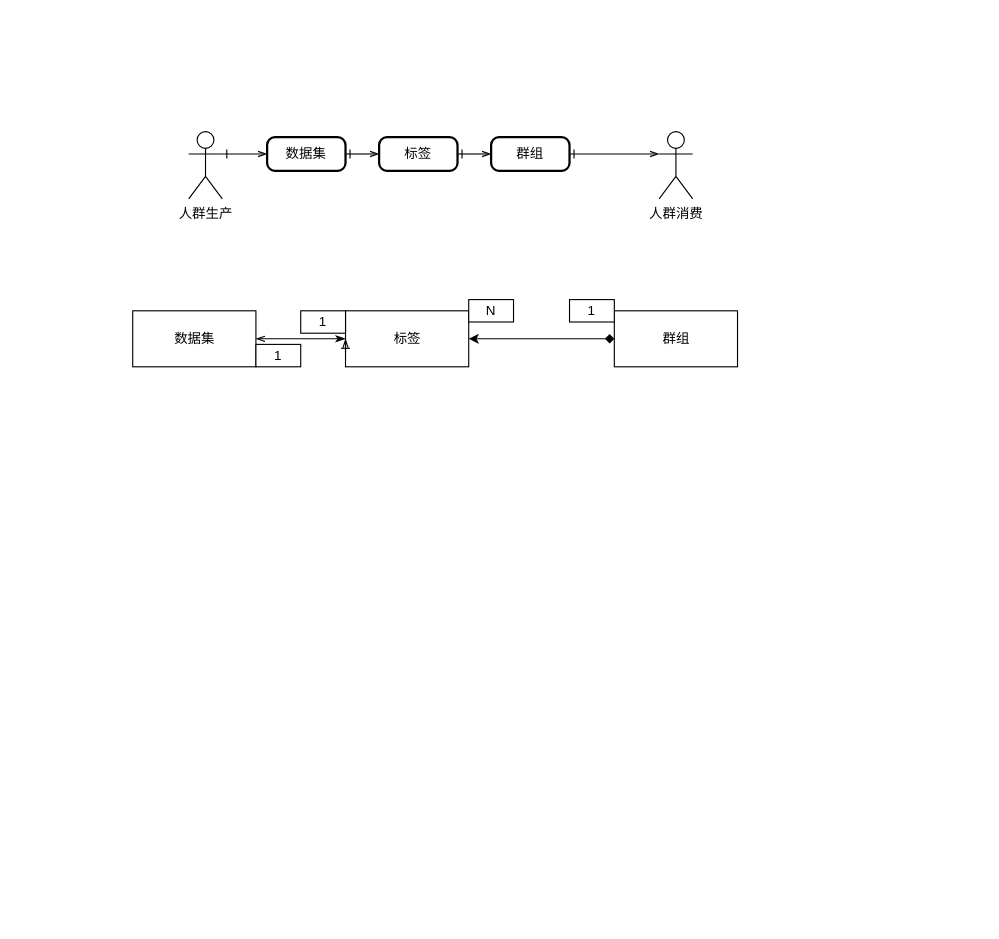
nomouse/learn keeps this draw.io diagram as UserGroup.drawio. Above is the earlier version. Source tidied: cells renumbered, new cells numbered last; positions are measured from the earlier drawing's top-left corner, leaving out a move shared by most shapes. Both pictures are drawn from the tidied source at 112%, with x=0, y=0 at pixel (132, 131).
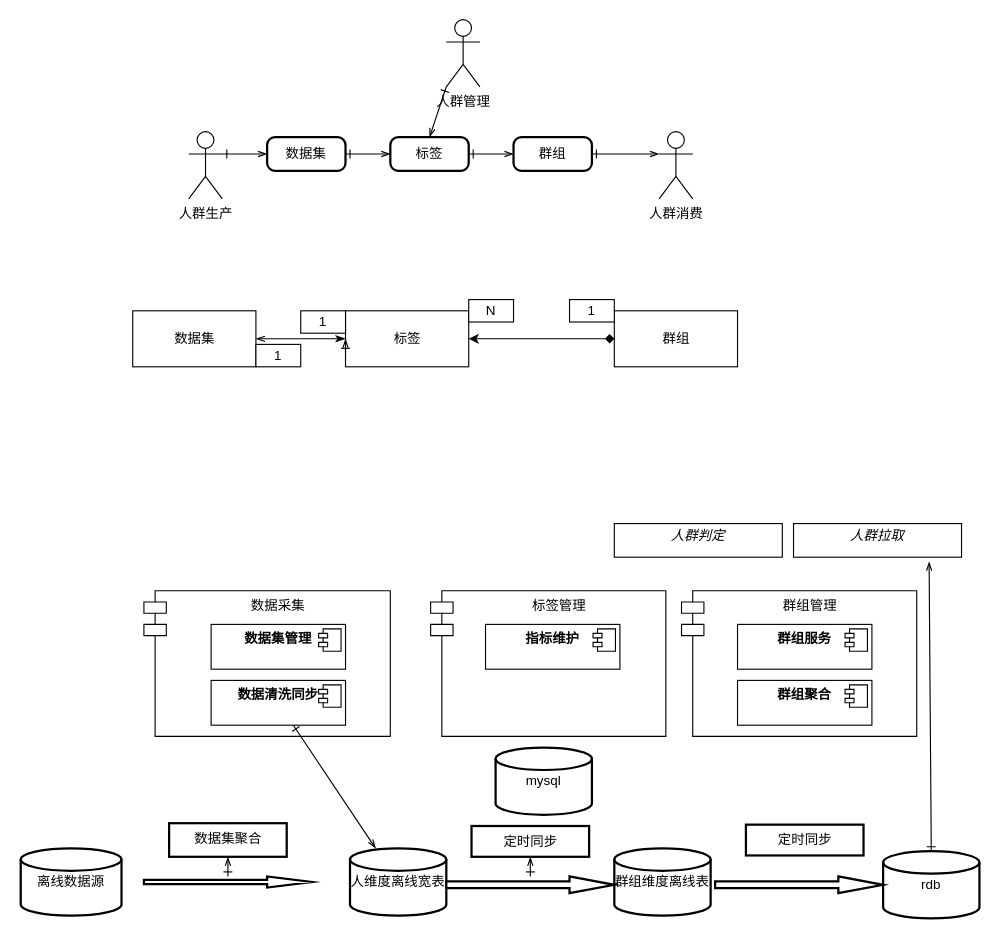
Above is the later version.

The edit, as a diff of the source:
```diff
@@
     <mxCell id="17" value="标签" style="rounded=1;whiteSpace=wrap;html=1;absoluteArcSize=1;arcSize=14;strokeWidth=2;" parent="1" vertex="1">
-      <mxGeometry x="220" y="5" width="70" height="30" as="geometry" />
+      <mxGeometry x="230" y="5" width="70" height="30" as="geometry" />
     </mxCell>
@@
     <mxCell id="19" value="群组" style="rounded=1;whiteSpace=wrap;html=1;absoluteArcSize=1;arcSize=14;strokeWidth=2;" parent="1" vertex="1">
-      <mxGeometry x="320" y="5" width="70" height="30" as="geometry" />
+      <mxGeometry x="340" y="5" width="70" height="30" as="geometry" />
     </mxCell>
@@
+    <mxCell id="21" style="edgeStyle=none;rounded=0;jettySize=auto;html=1;exitX=0;exitY=1;exitDx=0;exitDy=0;exitPerimeter=0;entryX=0.5;entryY=0;entryDx=0;entryDy=0;startArrow=ERone;startFill=0;endArrow=openThin;endFill=0;strokeColor=#000000;" parent="1" edge="1" source="22" target="17">
+      <mxGeometry relative="1" as="geometry" />
+    </mxCell>
+    <mxCell id="22" value="人群管理" style="shape=umlActor;verticalLabelPosition=bottom;verticalAlign=top;html=1;outlineConnect=0;" parent="1" vertex="1">
+      <mxGeometry x="280" y="-100" width="30" height="60" as="geometry" />
+    </mxCell>
+    <mxCell id="23" value="数据采集" style="shape=module;align=left;spacingLeft=20;align=center;verticalAlign=top;" parent="1" vertex="1">
+      <mxGeometry x="10" y="410" width="220" height="130" as="geometry" />
+    </mxCell>
+    <mxCell id="24" value="标签管理" style="shape=module;align=left;spacingLeft=20;align=center;verticalAlign=top;" parent="1" vertex="1">
+      <mxGeometry x="266" y="410" width="210" height="130" as="geometry" />
+    </mxCell>
+    <mxCell id="25" value="群组管理" style="shape=module;align=left;spacingLeft=20;align=center;verticalAlign=top;" parent="1" vertex="1">
+      <mxGeometry x="490" y="410" width="210" height="130" as="geometry" />
+    </mxCell>
+    <mxCell id="26" value="mysql" style="strokeWidth=2;html=1;shape=mxgraph.flowchart.database;whiteSpace=wrap;" parent="1" vertex="1">
+      <mxGeometry x="324" y="550" width="86" height="60" as="geometry" />
+    </mxCell>
+    <mxCell id="27" value="人维度离线宽表" style="strokeWidth=2;html=1;shape=mxgraph.flowchart.database;whiteSpace=wrap;" parent="1" vertex="1">
+      <mxGeometry x="194" y="640" width="86" height="60" as="geometry" />
+    </mxCell>
+    <mxCell id="28" value="&lt;p style=&quot;margin: 0px ; margin-top: 6px ; text-align: center&quot;&gt;&lt;b&gt;数据集管理&lt;/b&gt;&lt;/p&gt;" style="align=left;overflow=fill;html=1;" parent="1" vertex="1">
+      <mxGeometry x="70" y="440" width="120" height="40" as="geometry" />
+    </mxCell>
+    <mxCell id="29" style="shape=component;jettyWidth=8;jettyHeight=4;" parent="28" vertex="1">
+      <mxGeometry x="1" width="20" height="20" relative="1" as="geometry">
+        <mxPoint x="-24" y="4" as="offset" />
+      </mxGeometry>
+    </mxCell>
+    <mxCell id="30" style="edgeStyle=none;rounded=0;jettySize=auto;html=1;exitX=0.5;exitY=0;exitDx=0;exitDy=0;exitPerimeter=0;entryX=0.807;entryY=1.133;entryDx=0;entryDy=0;entryPerimeter=0;startArrow=ERone;startFill=0;endArrow=openThin;endFill=0;strokeColor=#000000;" parent="1" edge="1" source="31" target="52">
+      <mxGeometry relative="1" as="geometry" />
+    </mxCell>
+    <mxCell id="31" value="rdb" style="strokeWidth=2;html=1;shape=mxgraph.flowchart.database;whiteSpace=wrap;" parent="1" vertex="1">
+      <mxGeometry x="670" y="642.5" width="86" height="60" as="geometry" />
+    </mxCell>
+    <mxCell id="32" style="edgeStyle=none;rounded=0;jettySize=auto;html=1;startArrow=ERone;startFill=0;endArrow=openThin;endFill=0;strokeColor=#000000;" parent="1" edge="1" source="33" target="27">
+      <mxGeometry relative="1" as="geometry" />
+    </mxCell>
+    <mxCell id="33" value="&lt;p style=&quot;margin: 0px ; margin-top: 6px ; text-align: center&quot;&gt;&lt;b&gt;数据清洗同步&lt;/b&gt;&lt;/p&gt;" style="align=left;overflow=fill;html=1;" parent="1" vertex="1">
+      <mxGeometry x="70" y="490" width="120" height="40" as="geometry" />
+    </mxCell>
+    <mxCell id="34" style="shape=component;jettyWidth=8;jettyHeight=4;" parent="33" vertex="1">
+      <mxGeometry x="1" width="20" height="20" relative="1" as="geometry">
+        <mxPoint x="-24" y="4" as="offset" />
+      </mxGeometry>
+    </mxCell>
+    <mxCell id="35" value="离线数据源" style="strokeWidth=2;html=1;shape=mxgraph.flowchart.database;whiteSpace=wrap;" parent="1" vertex="1">
+      <mxGeometry x="-100" y="640" width="90" height="60" as="geometry" />
+    </mxCell>
+    <mxCell id="36" style="edgeStyle=none;rounded=0;jettySize=auto;html=1;startArrow=ERone;startFill=0;endArrow=openThin;endFill=0;strokeColor=#000000;" parent="1" edge="1" source="37" target="38">
+      <mxGeometry relative="1" as="geometry" />
+    </mxCell>
+    <mxCell id="37" style="verticalLabelPosition=bottom;verticalAlign=top;html=1;strokeWidth=2;shape=mxgraph.arrows2.arrow;dy=0.6;dx=40;notch=0;" parent="1" vertex="1">
+      <mxGeometry x="10" y="665" width="150" height="10" as="geometry" />
+    </mxCell>
+    <mxCell id="38" value="数据集聚合" style="whiteSpace=wrap;html=1;verticalAlign=top;strokeWidth=2;" parent="1" vertex="1">
+      <mxGeometry x="32.5" y="617.5" width="105" height="30" as="geometry" />
+    </mxCell>
+    <mxCell id="39" value="&lt;p style=&quot;margin: 0px ; margin-top: 6px ; text-align: center&quot;&gt;&lt;b&gt;指标维护&lt;/b&gt;&lt;/p&gt;" style="align=left;overflow=fill;html=1;" parent="1" vertex="1">
+      <mxGeometry x="315" y="440" width="120" height="40" as="geometry" />
+    </mxCell>
+    <mxCell id="40" style="shape=component;jettyWidth=8;jettyHeight=4;" parent="39" vertex="1">
+      <mxGeometry x="1" width="20" height="20" relative="1" as="geometry">
+        <mxPoint x="-24" y="4" as="offset" />
+      </mxGeometry>
+    </mxCell>
+    <mxCell id="41" value="&lt;p style=&quot;margin: 0px ; margin-top: 6px ; text-align: center&quot;&gt;&lt;b&gt;群组服务&lt;/b&gt;&lt;/p&gt;" style="align=left;overflow=fill;html=1;" parent="1" vertex="1">
+      <mxGeometry x="540" y="440" width="120" height="40" as="geometry" />
+    </mxCell>
+    <mxCell id="42" style="shape=component;jettyWidth=8;jettyHeight=4;" parent="41" vertex="1">
+      <mxGeometry x="1" width="20" height="20" relative="1" as="geometry">
+        <mxPoint x="-24" y="4" as="offset" />
+      </mxGeometry>
+    </mxCell>
+    <mxCell id="43" value="&lt;p style=&quot;margin: 0px ; margin-top: 6px ; text-align: center&quot;&gt;&lt;b&gt;群组聚合&lt;/b&gt;&lt;/p&gt;" style="align=left;overflow=fill;html=1;" parent="1" vertex="1">
+      <mxGeometry x="540" y="490" width="120" height="40" as="geometry" />
+    </mxCell>
+    <mxCell id="44" style="shape=component;jettyWidth=8;jettyHeight=4;" parent="43" vertex="1">
+      <mxGeometry x="1" width="20" height="20" relative="1" as="geometry">
+        <mxPoint x="-24" y="4" as="offset" />
+      </mxGeometry>
+    </mxCell>
+    <mxCell id="45" value="群组维度离线表" style="strokeWidth=2;html=1;shape=mxgraph.flowchart.database;whiteSpace=wrap;" parent="1" vertex="1">
+      <mxGeometry x="430" y="640" width="86" height="60" as="geometry" />
+    </mxCell>
+    <mxCell id="46" style="edgeStyle=none;rounded=0;jettySize=auto;html=1;startArrow=ERone;startFill=0;endArrow=openThin;endFill=0;strokeColor=#000000;" parent="1" edge="1" source="47" target="48">
+      <mxGeometry relative="1" as="geometry" />
+    </mxCell>
+    <mxCell id="47" style="verticalLabelPosition=bottom;verticalAlign=top;html=1;strokeWidth=2;shape=mxgraph.arrows2.arrow;dy=0.6;dx=40;notch=0;" parent="1" vertex="1">
+      <mxGeometry x="280" y="665" width="150" height="15" as="geometry" />
+    </mxCell>
+    <mxCell id="48" value="定时同步" style="whiteSpace=wrap;html=1;verticalAlign=top;strokeWidth=2;" parent="1" vertex="1">
+      <mxGeometry x="302.5" y="620" width="105" height="27.5" as="geometry" />
+    </mxCell>
+    <mxCell id="49" style="verticalLabelPosition=bottom;verticalAlign=top;html=1;strokeWidth=2;shape=mxgraph.arrows2.arrow;dy=0.6;dx=40;notch=0;" parent="1" vertex="1">
+      <mxGeometry x="520" y="665" width="150" height="15" as="geometry" />
+    </mxCell>
+    <mxCell id="50" value="定时同步" style="whiteSpace=wrap;html=1;verticalAlign=top;strokeWidth=2;" parent="1" vertex="1">
+      <mxGeometry x="547.5" y="618.8" width="105" height="27.5" as="geometry" />
+    </mxCell>
+    <mxCell id="51" value="&lt;p style=&quot;margin: 0px ; margin-top: 4px ; text-align: center&quot;&gt;&lt;i&gt;人群判定&lt;/i&gt;&lt;/p&gt;" style="verticalAlign=top;align=left;overflow=fill;fontSize=12;fontFamily=Helvetica;html=1;" parent="1" vertex="1">
+      <mxGeometry x="430" y="350" width="150" height="30" as="geometry" />
+    </mxCell>
+    <mxCell id="52" value="&lt;p style=&quot;margin: 0px ; margin-top: 4px ; text-align: center&quot;&gt;&lt;i&gt;人群拉取&lt;/i&gt;&lt;/p&gt;" style="verticalAlign=top;align=left;overflow=fill;fontSize=12;fontFamily=Helvetica;html=1;" parent="1" vertex="1">
+      <mxGeometry x="590" y="350" width="150" height="30" as="geometry" />
+    </mxCell>
```
